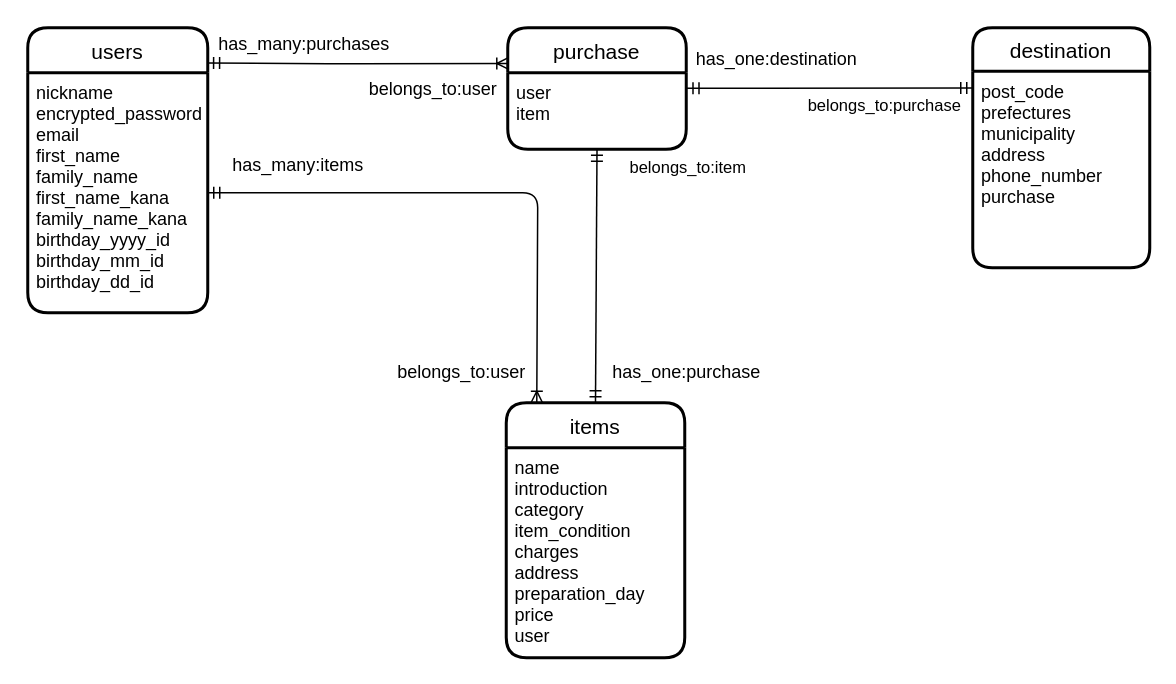
This is furima-38081.dio from tongari123/furima-38081, a draw.io file, before an edit. Source tidied: cells renumbered, new cells numbered last; positions are measured from the earlier drawing's top-left corner, leaving out a move shared by most shapes. Both pictures are drawn from the tidied source at 150%, with x=0, y=0 at pixel (27, 27).
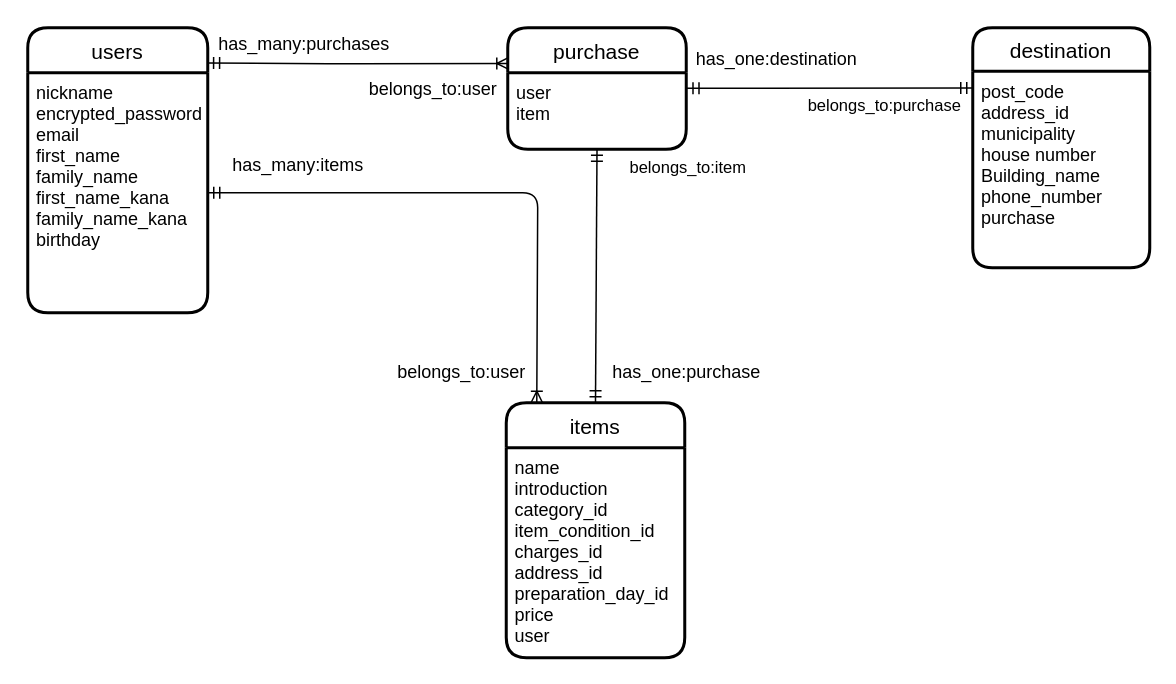
After the change.

Commit message (it also covers changes not shown here):
データベース設計 コードレビュー修正3

Unchanged cells that the change refers to:
```xml
<mxCell id="2" value="users" style="swimlane;horizontal=1;startSize=30;rounded=1;fontSize=14;fontStyle=0;strokeWidth=2;shadow=0;dashed=0;align=center;" parent="1" vertex="1">
  <mxGeometry width="120" height="190" as="geometry" />
</mxCell>
<mxCell id="4" value="items   " style="swimlane;horizontal=1;startSize=30;rounded=1;fontSize=14;fontStyle=0;strokeWidth=2;shadow=0;dashed=0;align=center;" parent="1" vertex="1">
  <mxGeometry x="319" y="250" width="119" height="170" as="geometry" />
</mxCell>
<mxCell id="6" value="destination" style="swimlane;horizontal=1;startSize=29;rounded=1;fontSize=14;fontStyle=0;strokeWidth=2;shadow=0;dashed=0;align=center;" parent="1" vertex="1">
  <mxGeometry x="630" width="118" height="160" as="geometry" />
</mxCell>
```

Diff of the diagram source:
```diff
@@
-    <mxCell id="3" value="nickname&#10;encrypted_password&#10;email&#10;first_name&#10;family_name&#10;first_name_kana&#10;family_name_kana&#10;birthday_yyyy_id&#10;birthday_mm_id&#10;birthday_dd_id " style="align=left;strokeColor=none;fillColor=none;spacingLeft=4;fontSize=12;verticalAlign=top;" parent="2" vertex="1">
+    <mxCell id="3" value="nickname&#10;encrypted_password&#10;email&#10;first_name&#10;family_name&#10;first_name_kana&#10;family_name_kana&#10;birthday" style="align=left;strokeColor=none;fillColor=none;spacingLeft=4;fontSize=12;verticalAlign=top;" parent="2" vertex="1">
       <mxGeometry y="30" width="120" height="160" as="geometry" />
     </mxCell>
@@
-    <mxCell id="5" value="name&#10;introduction&#10;category&#10;item_condition&#10;charges&#10;address&#10;preparation_day&#10;price&#10;user" style="align=left;strokeColor=none;fillColor=none;spacingLeft=4;fontSize=12;verticalAlign=top;" parent="4" vertex="1">
+    <mxCell id="5" value="name&#10;introduction&#10;category_id&#10;item_condition_id&#10;charges_id&#10;address_id&#10;preparation_day_id&#10;price&#10;user " style="align=left;strokeColor=none;fillColor=none;spacingLeft=4;fontSize=12;verticalAlign=top;" parent="4" vertex="1">
       <mxGeometry y="30" width="119" height="140" as="geometry" />
     </mxCell>
@@
-    <mxCell id="7" value="post_code&#10;prefectures&#10;municipality&#10;address&#10;phone_number&#10;purchase" style="align=left;strokeColor=none;fillColor=none;spacingLeft=4;fontSize=12;verticalAlign=top;" parent="6" vertex="1">
+    <mxCell id="7" value="post_code&#10;address_id&#10;municipality&#10;house number&#10;Building_name&#10;phone_number&#10;purchase " style="align=left;strokeColor=none;fillColor=none;spacingLeft=4;fontSize=12;verticalAlign=top;" parent="6" vertex="1">
       <mxGeometry y="29" width="118" height="131" as="geometry" />
     </mxCell>
```
